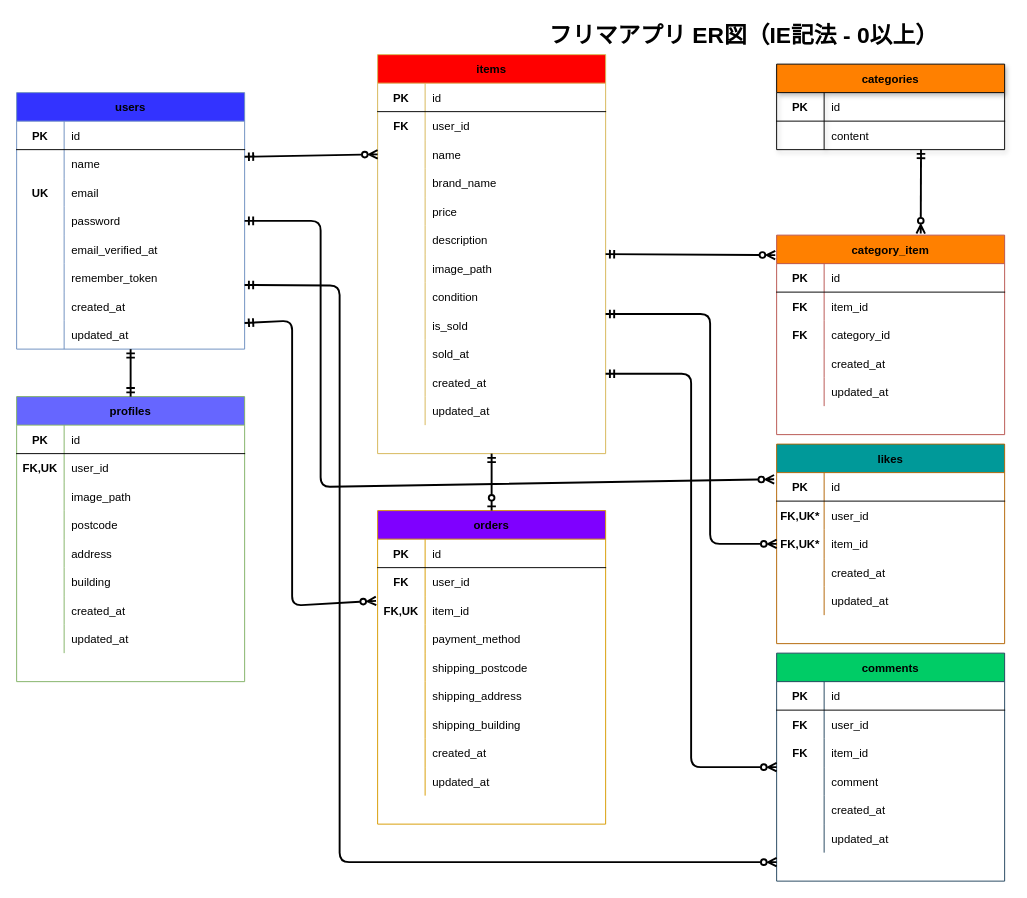
Above: docs/ER.drawio in kn-a0322/furima-app-project (draw.io), before the change. Source tidied: cells renumbered, new cells numbered last; positions are measured from the earlier drawing's top-left corner, leaving out a move shared by most shapes. Both pictures are drawn from the tidied source at 95%, with x=0, y=0 at pixel (-12, 16).
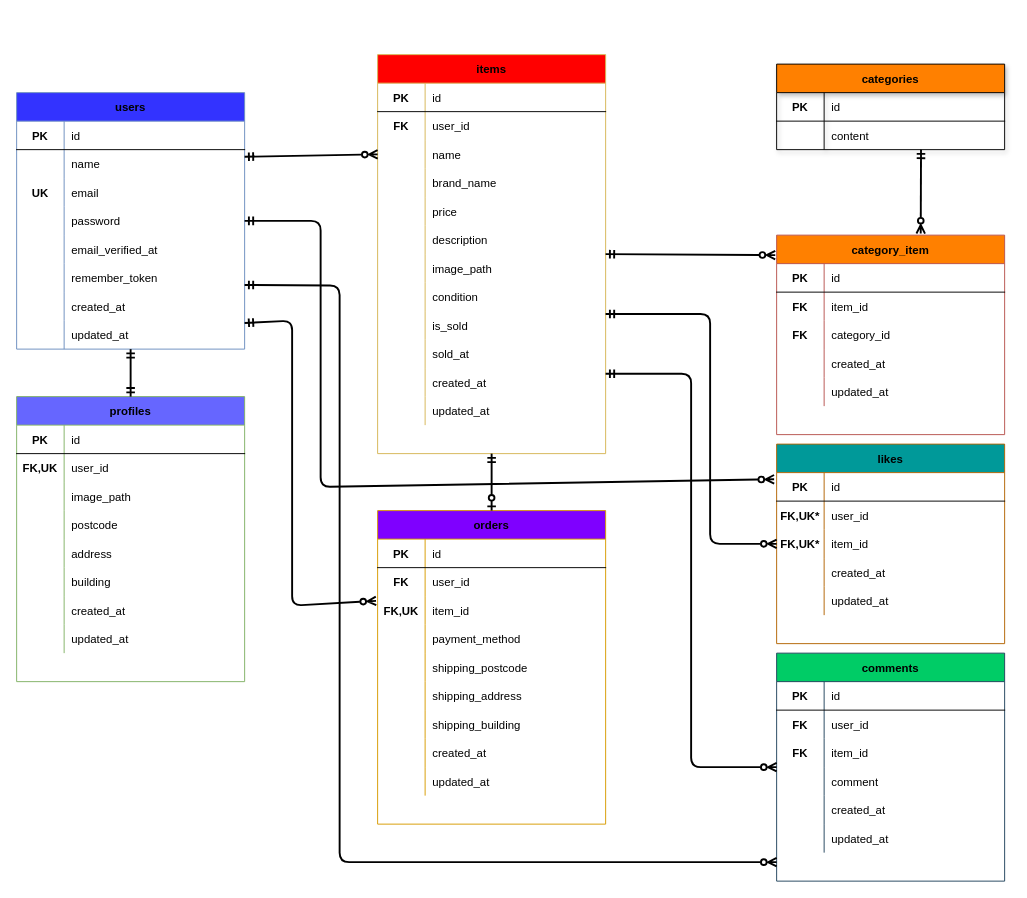
The same diagram, later.

The edit, as a diff of the source:
```diff
@@
-    <mxCell id="2" value="フリマアプリ ER図（IE記法 - 0以上）" style="text;html=1;strokeColor=none;fillColor=none;align=center;verticalAlign=middle;whiteSpace=wrap;rounded=0;fontSize=24;fontStyle=1;" parent="1" vertex="1">
-      <mxGeometry x="590" width="400" height="40" as="geometry" />
-    </mxCell>
```
